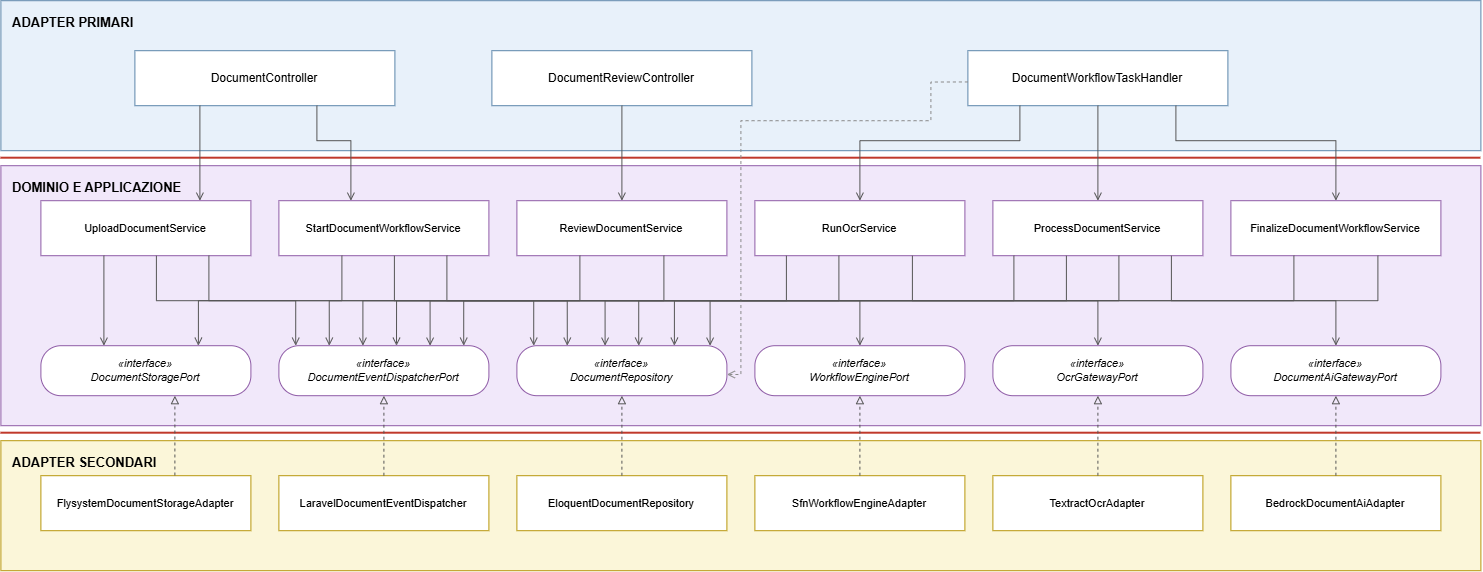
aLittleByte-19/Documentazione keeps this draw.io diagram as PB/Specifica Tecnica/ImmaginiSpecificaTecnica/Esagonale/documentExemple.png. Above is the earlier version. Source tidied: cells renumbered, new cells last; positions are measured from the earlier drawing's top-left corner, leaving out a move shared by most shapes.
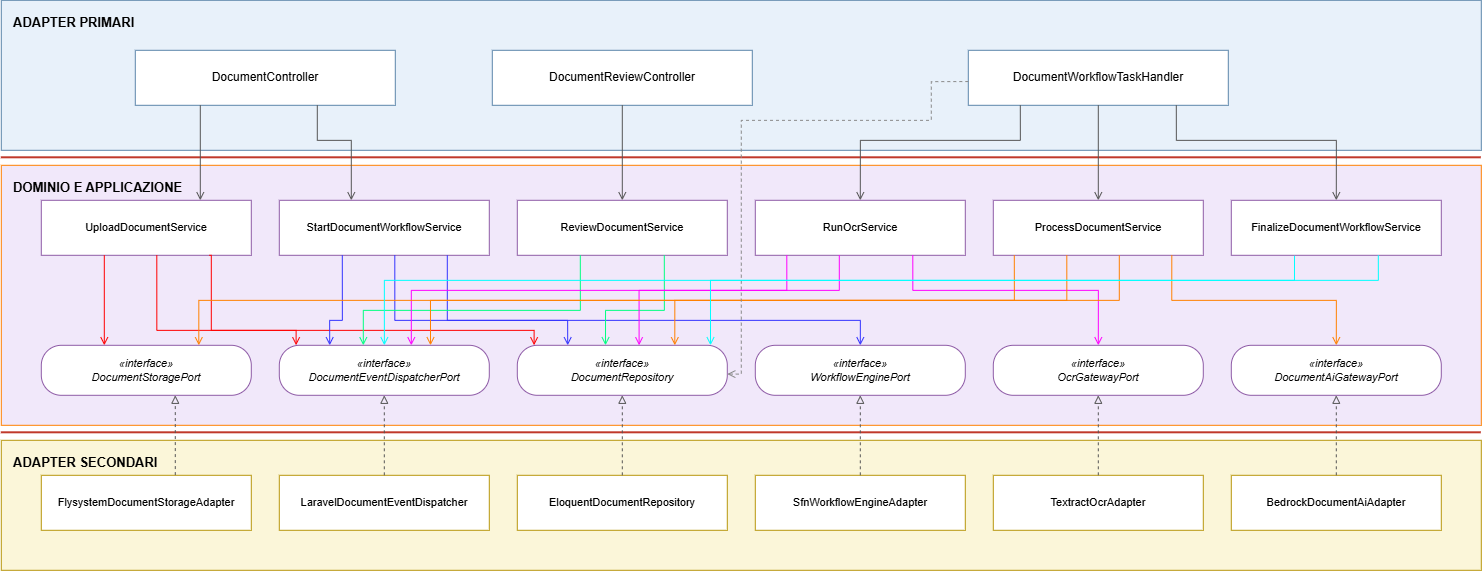
Above is the later version.

The edit, as a diff of the source:
```diff
@@ -8,7 +8,7 @@
     <mxCell id="3" style="line;strokeColor=#C0392B;strokeWidth=2;" parent="1" vertex="1">
       <mxGeometry y="155" width="1480" height="5" as="geometry" />
     </mxCell>
-    <mxCell id="4" value="DOMINIO E APPLICAZIONE" style="rounded=0;whiteSpace=wrap;html=1;fillColor=#F1E8FA;strokeColor=#8E5BA6;verticalAlign=top;align=left;fontStyle=1;fontSize=13;spacingLeft=10;spacingTop=8;" parent="1" vertex="1">
+    <mxCell id="4" value="DOMINIO E APPLICAZIONE" style="rounded=0;whiteSpace=wrap;html=1;fillColor=#F1E8FA;strokeColor=#FF8000;verticalAlign=top;align=left;fontStyle=1;fontSize=13;spacingLeft=10;spacingTop=8;" parent="1" vertex="1">
       <mxGeometry y="165" width="1480" height="260" as="geometry" />
     </mxCell>
     <mxCell id="5" style="line;strokeColor=#C0392B;strokeWidth=2;" parent="1" vertex="1">
@@ -117,49 +117,100 @@
         </Array>
       </mxGeometry>
     </mxCell>
-    <mxCell id="34" style="edgeStyle=orthogonalEdgeStyle;rounded=0;html=1;endArrow=open;endFill=0;strokeColor=#555555;exitX=0.3;exitY=1;exitDx=0;exitDy=0;entryX=0.3;entryY=0;entryDx=0;entryDy=0;" parent="1" edge="1" source="10" target="16">
+    <mxCell id="34" style="edgeStyle=orthogonalEdgeStyle;rounded=0;html=1;endArrow=open;endFill=0;strokeColor=#FF0000;exitX=0.3;exitY=1;exitDx=0;exitDy=0;entryX=0.3;entryY=0;entryDx=0;entryDy=0;" parent="1" edge="1" source="10" target="16">
       <mxGeometry relative="1" as="geometry" />
     </mxCell>
-    <mxCell id="35" style="edgeStyle=orthogonalEdgeStyle;rounded=0;html=1;endArrow=open;endFill=0;strokeColor=#555555;exitX=0.8;exitY=1;exitDx=0;exitDy=0;entryX=0.08;entryY=0;entryDx=0;entryDy=0;" parent="1" edge="1" source="10" target="18">
-      <mxGeometry relative="1" as="geometry" />
+    <mxCell id="35" style="edgeStyle=orthogonalEdgeStyle;rounded=0;html=1;endArrow=open;endFill=0;strokeColor=#FF0000;exitX=0.8;exitY=1;exitDx=0;exitDy=0;entryX=0.08;entryY=0;entryDx=0;entryDy=0;" parent="1" edge="1" source="10" target="18">
+      <mxGeometry relative="1" as="geometry">
+        <Array as="points">
+          <mxPoint x="210" y="255" />
+          <mxPoint x="210" y="330" />
+          <mxPoint x="532.8" y="330" />
+        </Array>
+      </mxGeometry>
     </mxCell>
-    <mxCell id="36" style="edgeStyle=orthogonalEdgeStyle;rounded=0;html=1;endArrow=open;endFill=0;strokeColor=#555555;exitX=0.55;exitY=1;exitDx=0;exitDy=0;entryX=0.08;entryY=0;entryDx=0;entryDy=0;" parent="1" edge="1" source="10" target="17">
-      <mxGeometry relative="1" as="geometry" />
+    <mxCell id="36" style="edgeStyle=orthogonalEdgeStyle;rounded=0;html=1;endArrow=open;endFill=0;strokeColor=#FF0000;exitX=0.55;exitY=1;exitDx=0;exitDy=0;entryX=0.08;entryY=0;entryDx=0;entryDy=0;" parent="1" edge="1" source="10" target="17">
+      <mxGeometry relative="1" as="geometry">
+        <Array as="points">
+          <mxPoint x="155.5" y="330" />
+          <mxPoint x="294.8" y="330" />
+        </Array>
+      </mxGeometry>
     </mxCell>
-    <mxCell id="37" style="edgeStyle=orthogonalEdgeStyle;rounded=0;html=1;endArrow=open;endFill=0;strokeColor=#555555;exitX=0.8;exitY=1;exitDx=0;exitDy=0;entryX=0.5;entryY=0;entryDx=0;entryDy=0;" parent="1" edge="1" source="11" target="19">
-      <mxGeometry relative="1" as="geometry" />
+    <mxCell id="37" style="edgeStyle=orthogonalEdgeStyle;rounded=0;html=1;endArrow=open;endFill=0;strokeColor=#3333FF;exitX=0.8;exitY=1;exitDx=0;exitDy=0;entryX=0.5;entryY=0;entryDx=0;entryDy=0;" parent="1" edge="1" source="11" target="19">
+      <mxGeometry relative="1" as="geometry">
+        <Array as="points">
+          <mxPoint x="446" y="320" />
+          <mxPoint x="859" y="320" />
+        </Array>
+      </mxGeometry>
     </mxCell>
-    <mxCell id="38" style="edgeStyle=orthogonalEdgeStyle;rounded=0;html=1;endArrow=open;endFill=0;strokeColor=#555555;exitX=0.55;exitY=1;exitDx=0;exitDy=0;entryX=0.24;entryY=0;entryDx=0;entryDy=0;" parent="1" edge="1" source="11" target="18">
-      <mxGeometry relative="1" as="geometry" />
+    <mxCell id="38" style="edgeStyle=orthogonalEdgeStyle;rounded=0;html=1;endArrow=open;endFill=0;strokeColor=#3333FF;exitX=0.55;exitY=1;exitDx=0;exitDy=0;entryX=0.24;entryY=0;entryDx=0;entryDy=0;" parent="1" edge="1" source="11" target="18">
+      <mxGeometry relative="1" as="geometry">
+        <Array as="points">
+          <mxPoint x="393.5" y="320" />
+          <mxPoint x="566.4" y="320" />
+        </Array>
+      </mxGeometry>
     </mxCell>
-    <mxCell id="39" style="edgeStyle=orthogonalEdgeStyle;rounded=0;html=1;endArrow=open;endFill=0;strokeColor=#555555;exitX=0.3;exitY=1;exitDx=0;exitDy=0;entryX=0.24;entryY=0;entryDx=0;entryDy=0;" parent="1" edge="1" source="11" target="17">
-      <mxGeometry relative="1" as="geometry" />
+    <mxCell id="39" style="edgeStyle=orthogonalEdgeStyle;rounded=0;html=1;endArrow=open;endFill=0;strokeColor=#3333FF;exitX=0.3;exitY=1;exitDx=0;exitDy=0;entryX=0.24;entryY=0;entryDx=0;entryDy=0;" parent="1" edge="1" source="11" target="17">
+      <mxGeometry relative="1" as="geometry">
+        <Array as="points">
+          <mxPoint x="341" y="320" />
+          <mxPoint x="328.4" y="320" />
+        </Array>
+      </mxGeometry>
     </mxCell>
-    <mxCell id="40" style="edgeStyle=orthogonalEdgeStyle;rounded=0;html=1;endArrow=open;endFill=0;strokeColor=#555555;exitX=0.7;exitY=1;exitDx=0;exitDy=0;entryX=0.42;entryY=0;entryDx=0;entryDy=0;" parent="1" edge="1" source="12" target="18">
-      <mxGeometry relative="1" as="geometry" />
+    <mxCell id="40" style="edgeStyle=orthogonalEdgeStyle;rounded=0;html=1;endArrow=open;endFill=0;strokeColor=#00FF80;exitX=0.7;exitY=1;exitDx=0;exitDy=0;entryX=0.42;entryY=0;entryDx=0;entryDy=0;" parent="1" edge="1" source="12" target="18">
+      <mxGeometry relative="1" as="geometry">
+        <Array as="points">
+          <mxPoint x="663" y="310" />
+          <mxPoint x="604.2" y="310" />
+        </Array>
+      </mxGeometry>
     </mxCell>
-    <mxCell id="41" style="edgeStyle=orthogonalEdgeStyle;rounded=0;html=1;endArrow=open;endFill=0;strokeColor=#555555;exitX=0.3;exitY=1;exitDx=0;exitDy=0;entryX=0.40;entryY=0;entryDx=0;entryDy=0;" parent="1" edge="1" source="12" target="17">
-      <mxGeometry relative="1" as="geometry" />
+    <mxCell id="41" style="edgeStyle=orthogonalEdgeStyle;rounded=0;html=1;endArrow=open;endFill=0;strokeColor=#00FF80;exitX=0.3;exitY=1;exitDx=0;exitDy=0;entryX=0.40;entryY=0;entryDx=0;entryDy=0;" parent="1" edge="1" source="12" target="17">
+      <mxGeometry relative="1" as="geometry">
+        <Array as="points">
+          <mxPoint x="579" y="310" />
+          <mxPoint x="362" y="310" />
+        </Array>
+      </mxGeometry>
     </mxCell>
-    <mxCell id="42" style="edgeStyle=orthogonalEdgeStyle;rounded=0;html=1;endArrow=open;endFill=0;strokeColor=#555555;exitX=0.75;exitY=1;exitDx=0;exitDy=0;entryX=0.5;entryY=0;entryDx=0;entryDy=0;" parent="1" edge="1" source="13" target="20">
-      <mxGeometry relative="1" as="geometry" />
+    <mxCell id="42" style="edgeStyle=orthogonalEdgeStyle;rounded=0;html=1;endArrow=open;endFill=0;strokeColor=#FF00FF;exitX=0.75;exitY=1;exitDx=0;exitDy=0;entryX=0.5;entryY=0;entryDx=0;entryDy=0;" parent="1" edge="1" source="13" target="20">
+      <mxGeometry relative="1" as="geometry">
+        <Array as="points">
+          <mxPoint x="911.5" y="290" />
+          <mxPoint x="1097" y="290" />
+        </Array>
+      </mxGeometry>
     </mxCell>
-    <mxCell id="43" style="edgeStyle=orthogonalEdgeStyle;rounded=0;html=1;endArrow=open;endFill=0;strokeColor=#555555;exitX=0.4;exitY=1;exitDx=0;exitDy=0;entryX=0.58;entryY=0;entryDx=0;entryDy=0;" parent="1" edge="1" source="13" target="18">
-      <mxGeometry relative="1" as="geometry" />
+    <mxCell id="43" style="edgeStyle=orthogonalEdgeStyle;rounded=0;html=1;endArrow=open;endFill=0;strokeColor=#FF00FF;exitX=0.4;exitY=1;exitDx=0;exitDy=0;entryX=0.58;entryY=0;entryDx=0;entryDy=0;" parent="1" edge="1" source="13" target="18">
+      <mxGeometry relative="1" as="geometry">
+        <Array as="points">
+          <mxPoint x="838" y="290" />
+          <mxPoint x="637.8" y="290" />
+        </Array>
+      </mxGeometry>
     </mxCell>
-    <mxCell id="44" style="edgeStyle=orthogonalEdgeStyle;rounded=0;html=1;endArrow=open;endFill=0;strokeColor=#555555;exitX=0.15;exitY=1;exitDx=0;exitDy=0;entryX=0.56;entryY=0;entryDx=0;entryDy=0;" parent="1" edge="1" source="13" target="17">
-      <mxGeometry relative="1" as="geometry" />
+    <mxCell id="44" style="edgeStyle=orthogonalEdgeStyle;rounded=0;html=1;endArrow=open;endFill=0;strokeColor=#FF00FF;exitX=0.15;exitY=1;exitDx=0;exitDy=0;" parent="1" edge="1" source="13" target="17">
+      <mxGeometry relative="1" as="geometry">
+        <Array as="points">
+          <mxPoint x="785.5" y="290" />
+          <mxPoint x="410" y="290" />
+        </Array>
+      </mxGeometry>
     </mxCell>
-    <mxCell id="45" style="edgeStyle=orthogonalEdgeStyle;rounded=0;html=1;endArrow=open;endFill=0;strokeColor=#555555;exitX=0.85;exitY=1;exitDx=0;exitDy=0;entryX=0.5;entryY=0;entryDx=0;entryDy=0;" parent="1" edge="1" source="14" target="21">
+    <mxCell id="45" style="edgeStyle=orthogonalEdgeStyle;rounded=0;html=1;endArrow=open;endFill=0;strokeColor=#FF8000;exitX=0.85;exitY=1;exitDx=0;exitDy=0;entryX=0.5;entryY=0;entryDx=0;entryDy=0;" parent="1" edge="1" source="14" target="21">
       <mxGeometry relative="1" as="geometry" />
     </mxCell>
-    <mxCell id="46" style="edgeStyle=orthogonalEdgeStyle;rounded=0;html=1;endArrow=open;endFill=0;strokeColor=#555555;exitX=0.1;exitY=1;exitDx=0;exitDy=0;entryX=0.75;entryY=0;entryDx=0;entryDy=0;" parent="1" edge="1" source="14" target="16">
+    <mxCell id="46" style="edgeStyle=orthogonalEdgeStyle;rounded=0;html=1;endArrow=open;endFill=0;strokeColor=#FF8000;exitX=0.1;exitY=1;exitDx=0;exitDy=0;entryX=0.75;entryY=0;entryDx=0;entryDy=0;" parent="1" edge="1" source="14" target="16">
       <mxGeometry relative="1" as="geometry" />
     </mxCell>
-    <mxCell id="47" style="edgeStyle=orthogonalEdgeStyle;rounded=0;html=1;endArrow=open;endFill=0;strokeColor=#555555;exitX=0.6;exitY=1;exitDx=0;exitDy=0;entryX=0.75;entryY=0;entryDx=0;entryDy=0;" parent="1" edge="1" source="14" target="18">
+    <mxCell id="47" style="edgeStyle=orthogonalEdgeStyle;rounded=0;html=1;endArrow=open;endFill=0;strokeColor=#FF8000;exitX=0.6;exitY=1;exitDx=0;exitDy=0;entryX=0.75;entryY=0;entryDx=0;entryDy=0;" parent="1" edge="1" source="14" target="18">
       <mxGeometry relative="1" as="geometry" />
     </mxCell>
-    <mxCell id="48" style="edgeStyle=orthogonalEdgeStyle;rounded=0;html=1;endArrow=open;endFill=0;strokeColor=#555555;exitX=0.35;exitY=1;exitDx=0;exitDy=0;entryX=0.72;entryY=0;entryDx=0;entryDy=0;" parent="1" edge="1" source="14" target="17">
+    <mxCell id="48" style="edgeStyle=orthogonalEdgeStyle;rounded=0;html=1;endArrow=open;endFill=0;strokeColor=#FF8000;exitX=0.35;exitY=1;exitDx=0;exitDy=0;entryX=0.72;entryY=0;entryDx=0;entryDy=0;" parent="1" edge="1" source="14" target="17">
       <mxGeometry relative="1" as="geometry" />
     </mxCell>
     <mxCell id="49" style="edgeStyle=orthogonalEdgeStyle;rounded=0;html=1;endArrow=open;endFill=0;strokeColor=#8A8A8A;fontColor=#8A8A8A;fontSize=10;fontStyle=2;dashed=1;exitX=0;exitY=0.5;exitDx=0;exitDy=0;entryX=1;entryY=0.5;entryDx=0;entryDy=0;" parent="1" edge="1">
@@ -174,11 +225,21 @@
         </Array>
       </mxGeometry>
     </mxCell>
-    <mxCell id="50" style="edgeStyle=orthogonalEdgeStyle;rounded=0;html=1;endArrow=open;endFill=0;strokeColor=#555555;exitX=0.7;exitY=1;exitDx=0;exitDy=0;entryX=0.92;entryY=0;entryDx=0;entryDy=0;" parent="1" edge="1" source="15" target="18">
-      <mxGeometry relative="1" as="geometry" />
+    <mxCell id="50" style="edgeStyle=orthogonalEdgeStyle;rounded=0;html=1;endArrow=open;endFill=0;strokeColor=#00FFFF;exitX=0.7;exitY=1;exitDx=0;exitDy=0;entryX=0.92;entryY=0;entryDx=0;entryDy=0;" parent="1" edge="1" source="15" target="18">
+      <mxGeometry relative="1" as="geometry">
+        <Array as="points">
+          <mxPoint x="1377" y="280" />
+          <mxPoint x="709.2" y="280" />
+        </Array>
+      </mxGeometry>
     </mxCell>
-    <mxCell id="51" style="edgeStyle=orthogonalEdgeStyle;rounded=0;html=1;endArrow=open;endFill=0;strokeColor=#555555;exitX=0.3;exitY=1;exitDx=0;exitDy=0;entryX=0.88;entryY=0;entryDx=0;entryDy=0;" parent="1" edge="1" source="15" target="17">
-      <mxGeometry relative="1" as="geometry" />
+    <mxCell id="51" style="edgeStyle=orthogonalEdgeStyle;rounded=0;html=1;endArrow=open;endFill=0;strokeColor=#00FFFF;exitX=0.301;exitY=1.008;exitDx=0;exitDy=0;exitPerimeter=0;" parent="1" edge="1" source="15" target="17">
+      <mxGeometry relative="1" as="geometry">
+        <Array as="points">
+          <mxPoint x="1293.2" y="280" />
+          <mxPoint x="383" y="280" />
+        </Array>
+      </mxGeometry>
     </mxCell>
     <mxCell id="52" style="edgeStyle=orthogonalEdgeStyle;rounded=0;html=1;dashed=1;endArrow=block;endFill=0;strokeColor=#555555;exitX=0.638;exitY=-0.004;exitDx=0;exitDy=0;exitPerimeter=0;" parent="1" edge="1" source="22" target="16">
       <mxGeometry relative="1" as="geometry">
```
